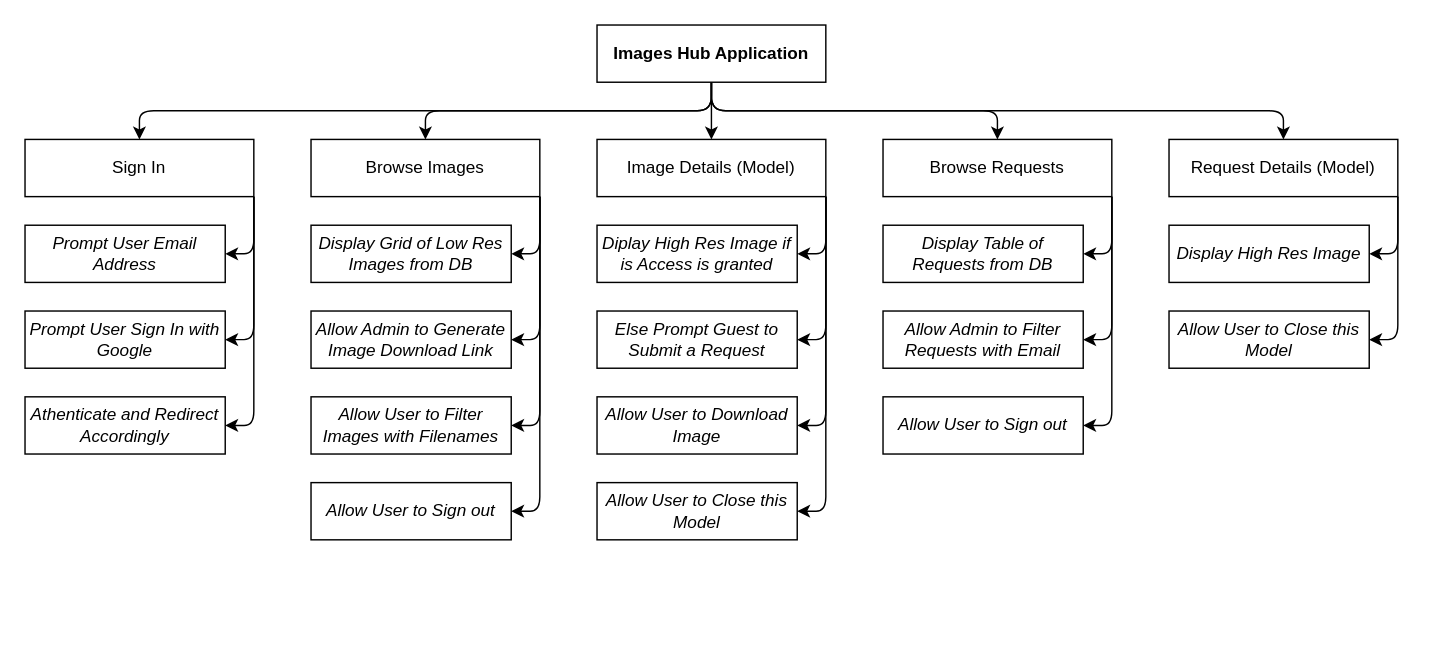
This is design/decomposition.drawio from ska-sa/images-hub, a draw.io file, before an edit. Source tidied: cells renumbered, new cells numbered last; positions are measured from the earlier drawing's top-left corner, leaving out a move shared by most shapes. Both pictures are drawn from the tidied source at 143%, with x=0, y=0 at pixel (24, 24).
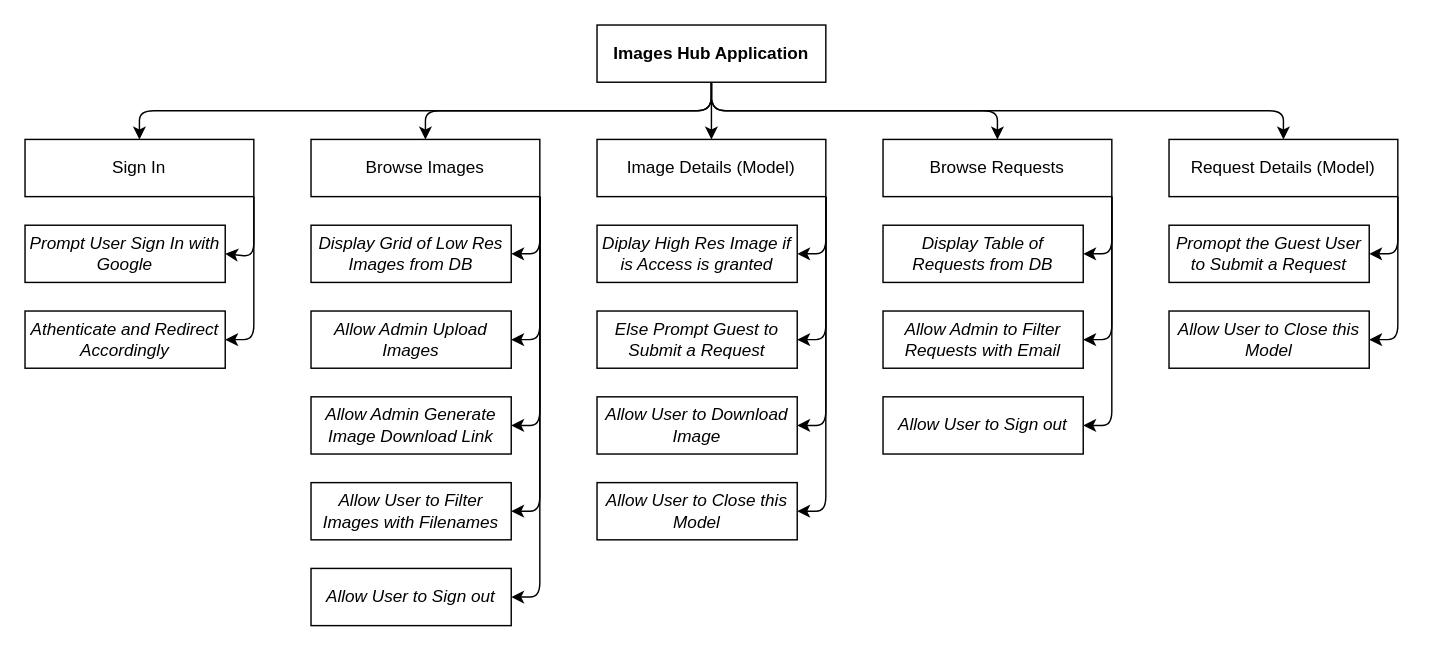
Above is the later version.

Unchanged cells that the change refers to:
```xml
<mxCell id="11" value="&lt;span&gt;&lt;font style=&quot;color: rgb(0, 0, 0);&quot;&gt;Sign In&lt;/font&gt;&lt;/span&gt;" style="rounded=0;whiteSpace=wrap;html=1;labelBackgroundColor=none;strokeColor=#000000;strokeWidth=1;fontColor=#000000;fillColor=#FFFFFF;fontStyle=0;" parent="1" vertex="1">
  <mxGeometry y="80" width="160" height="40" as="geometry" />
</mxCell>
<mxCell id="16" value="&lt;span&gt;&lt;font style=&quot;color: rgb(0, 0, 0);&quot;&gt;Browse Images&lt;/font&gt;&lt;/span&gt;" style="rounded=0;whiteSpace=wrap;html=1;labelBackgroundColor=none;strokeColor=#000000;strokeWidth=1;fontColor=#000000;fillColor=#FFFFFF;fontStyle=0;" parent="1" vertex="1">
  <mxGeometry x="200" y="80" width="160" height="40" as="geometry" />
</mxCell>
```

The edit, as a diff of the source:
```diff
@@
-    <mxCell id="8" style="edgeStyle=none;html=1;exitX=1;exitY=1;exitDx=0;exitDy=0;entryX=1;entryY=0.5;entryDx=0;entryDy=0;" parent="1" edge="1" source="11" target="29">
-      <mxGeometry relative="1" as="geometry">
-        <Array as="points">
-          <mxPoint x="160" y="160" />
-        </Array>
-      </mxGeometry>
-    </mxCell>
     <mxCell id="9" style="edgeStyle=none;html=1;exitX=1;exitY=1;exitDx=0;exitDy=0;entryX=1;entryY=0.5;entryDx=0;entryDy=0;" parent="1" edge="1" source="11" target="43">
       <mxGeometry relative="1" as="geometry">
         <Array as="points">
-          <mxPoint x="160" y="220" />
+          <mxPoint x="160" y="162" />
         </Array>
       </mxGeometry>
     </mxCell>
     <mxCell id="10" style="edgeStyle=none;html=1;exitX=1;exitY=1;exitDx=0;exitDy=0;entryX=1;entryY=0.5;entryDx=0;entryDy=0;" parent="1" edge="1" source="11" target="30">
       <mxGeometry relative="1" as="geometry">
         <Array as="points">
-          <mxPoint x="160" y="280" />
+          <mxPoint x="160" y="220" />
         </Array>
       </mxGeometry>
     </mxCell>
@@
+    <mxCell id="45" style="edgeStyle=none;html=1;exitX=1;exitY=1;exitDx=0;exitDy=0;entryX=1;entryY=0.5;entryDx=0;entryDy=0;" parent="1" edge="1" source="16" target="46">
+      <mxGeometry relative="1" as="geometry">
+        <Array as="points">
+          <mxPoint x="360" y="400" />
+        </Array>
+      </mxGeometry>
+    </mxCell>
@@
-    <mxCell id="29" value="Prompt User Email Address" style="rounded=0;whiteSpace=wrap;html=1;labelBackgroundColor=none;strokeColor=#000000;strokeWidth=1;fontColor=#000000;fillColor=#FFFFFF;fontStyle=2;" parent="1" vertex="1">
-      <mxGeometry y="140" width="140" height="40" as="geometry" />
-    </mxCell>
     <mxCell id="30" value="Athenticate and Redirect Accordingly" style="rounded=0;whiteSpace=wrap;html=1;labelBackgroundColor=none;strokeColor=#000000;strokeWidth=1;fontColor=#000000;fillColor=#FFFFFF;fontStyle=2;" parent="1" vertex="1">
-      <mxGeometry y="260" width="140" height="40" as="geometry" />
+      <mxGeometry y="200" width="140" height="40" as="geometry" />
     </mxCell>
-    <mxCell id="31" value="Allow User to Filter Images with Filenames" style="rounded=0;whiteSpace=wrap;html=1;labelBackgroundColor=none;strokeColor=#000000;strokeWidth=1;fontColor=#000000;fillColor=#FFFFFF;fontStyle=2;" parent="1" vertex="1">
+    <mxCell id="31" value="&lt;span style=&quot;color: rgb(0, 0, 0);&quot;&gt;Allow Admin Generate Image Download Link&lt;/span&gt;" style="rounded=0;whiteSpace=wrap;html=1;labelBackgroundColor=none;strokeColor=#000000;strokeWidth=1;fontColor=#000000;fillColor=#FFFFFF;fontStyle=2;" parent="1" vertex="1">
       <mxGeometry x="200" y="260" width="140" height="40" as="geometry" />
     </mxCell>
-    <mxCell id="32" value="Allow User to Sign out" style="rounded=0;whiteSpace=wrap;html=1;labelBackgroundColor=none;strokeColor=#000000;strokeWidth=1;fontColor=#000000;fillColor=#FFFFFF;fontStyle=2;" parent="1" vertex="1">
+    <mxCell id="32" value="&lt;span style=&quot;color: rgb(0, 0, 0);&quot;&gt;Allow User to Filter Images with Filenames&lt;/span&gt;" style="rounded=0;whiteSpace=wrap;html=1;labelBackgroundColor=none;strokeColor=#000000;strokeWidth=1;fontColor=#000000;fillColor=#FFFFFF;fontStyle=2;" parent="1" vertex="1">
       <mxGeometry x="200" y="320" width="140" height="40" as="geometry" />
     </mxCell>
@@
-    <mxCell id="41" value="Display High Res Image" style="rounded=0;whiteSpace=wrap;html=1;labelBackgroundColor=none;strokeColor=#000000;strokeWidth=1;fontColor=#000000;fillColor=#FFFFFF;fontStyle=2;" parent="1" vertex="1">
+    <mxCell id="41" value="Promopt the Guest User to Submit a Request" style="rounded=0;whiteSpace=wrap;html=1;labelBackgroundColor=none;strokeColor=#000000;strokeWidth=1;fontColor=#000000;fillColor=#FFFFFF;fontStyle=2;" parent="1" vertex="1">
       <mxGeometry x="800" y="140" width="140" height="40" as="geometry" />
     </mxCell>
@@
     <mxCell id="43" value="Prompt User Sign In with Google" style="rounded=0;whiteSpace=wrap;html=1;labelBackgroundColor=none;strokeColor=#000000;strokeWidth=1;fontColor=#000000;fillColor=#FFFFFF;fontStyle=2;" parent="1" vertex="1">
-      <mxGeometry y="200" width="140" height="40" as="geometry" />
+      <mxGeometry y="140" width="140" height="40" as="geometry" />
     </mxCell>
-    <mxCell id="44" value="Allow Admin to Generate Image Download Link" style="rounded=0;whiteSpace=wrap;html=1;labelBackgroundColor=none;strokeColor=#000000;strokeWidth=1;fontColor=#000000;fillColor=#FFFFFF;fontStyle=2;" parent="1" vertex="1">
+    <mxCell id="44" value="Allow Admin Upload Images" style="rounded=0;whiteSpace=wrap;html=1;labelBackgroundColor=none;strokeColor=#000000;strokeWidth=1;fontColor=#000000;fillColor=#FFFFFF;fontStyle=2;" parent="1" vertex="1">
       <mxGeometry x="200" y="200" width="140" height="40" as="geometry" />
     </mxCell>
+    <mxCell id="46" value="Allow User to Sign out" style="rounded=0;whiteSpace=wrap;html=1;labelBackgroundColor=none;strokeColor=#000000;strokeWidth=1;fontColor=#000000;fillColor=#FFFFFF;fontStyle=2;" parent="1" vertex="1">
+      <mxGeometry x="200" y="380" width="140" height="40" as="geometry" />
+    </mxCell>
```
